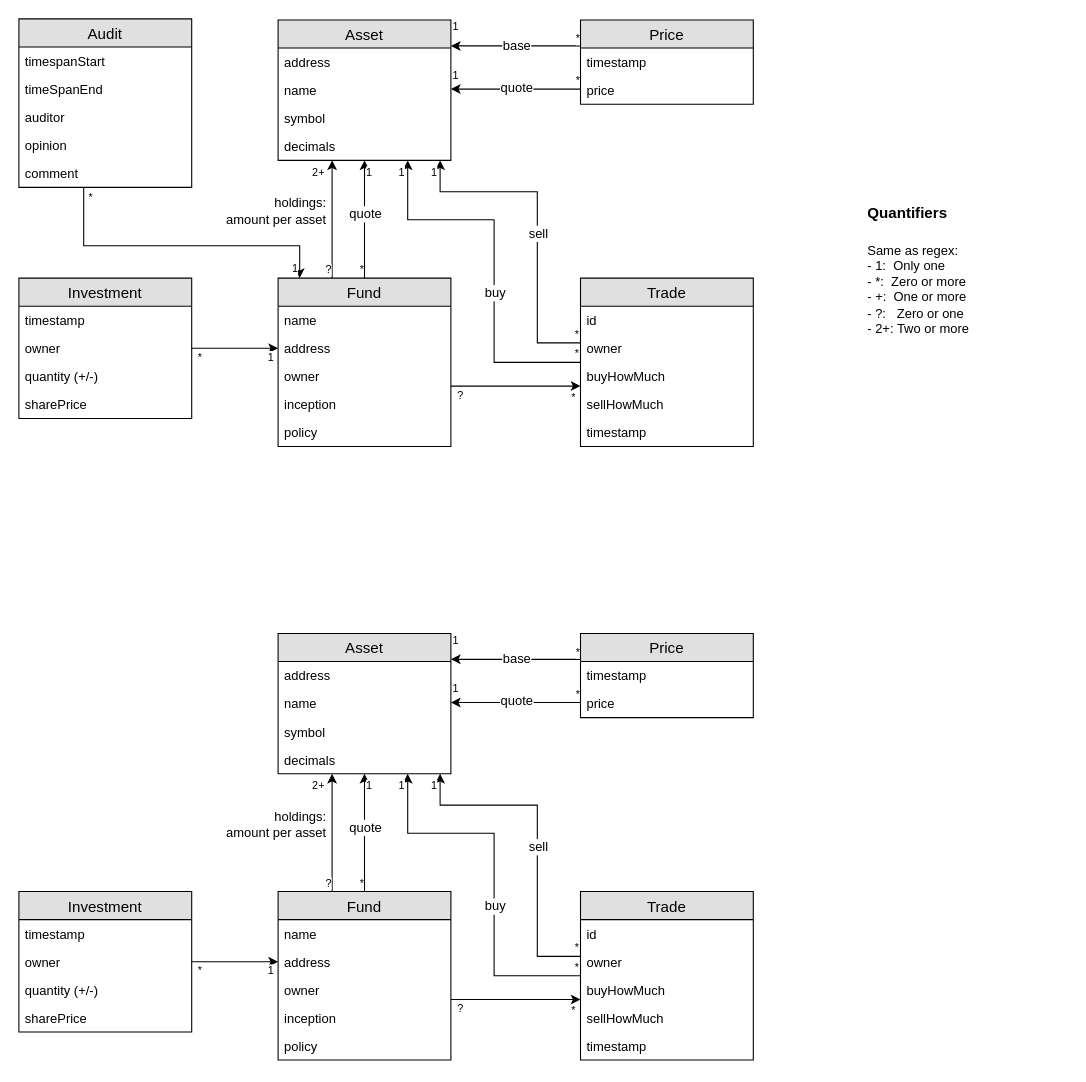
This is docs/assets/Melon-DB-ERM.drawio from schmidsi/melon-reporting, a draw.io file, before an edit. Source tidied: cells renumbered, new cells numbered last; positions are measured from the earlier drawing's top-left corner, leaving out a move shared by most shapes. Both pictures are drawn from the tidied source at 108%, with x=0, y=0 at pixel (18, 18).
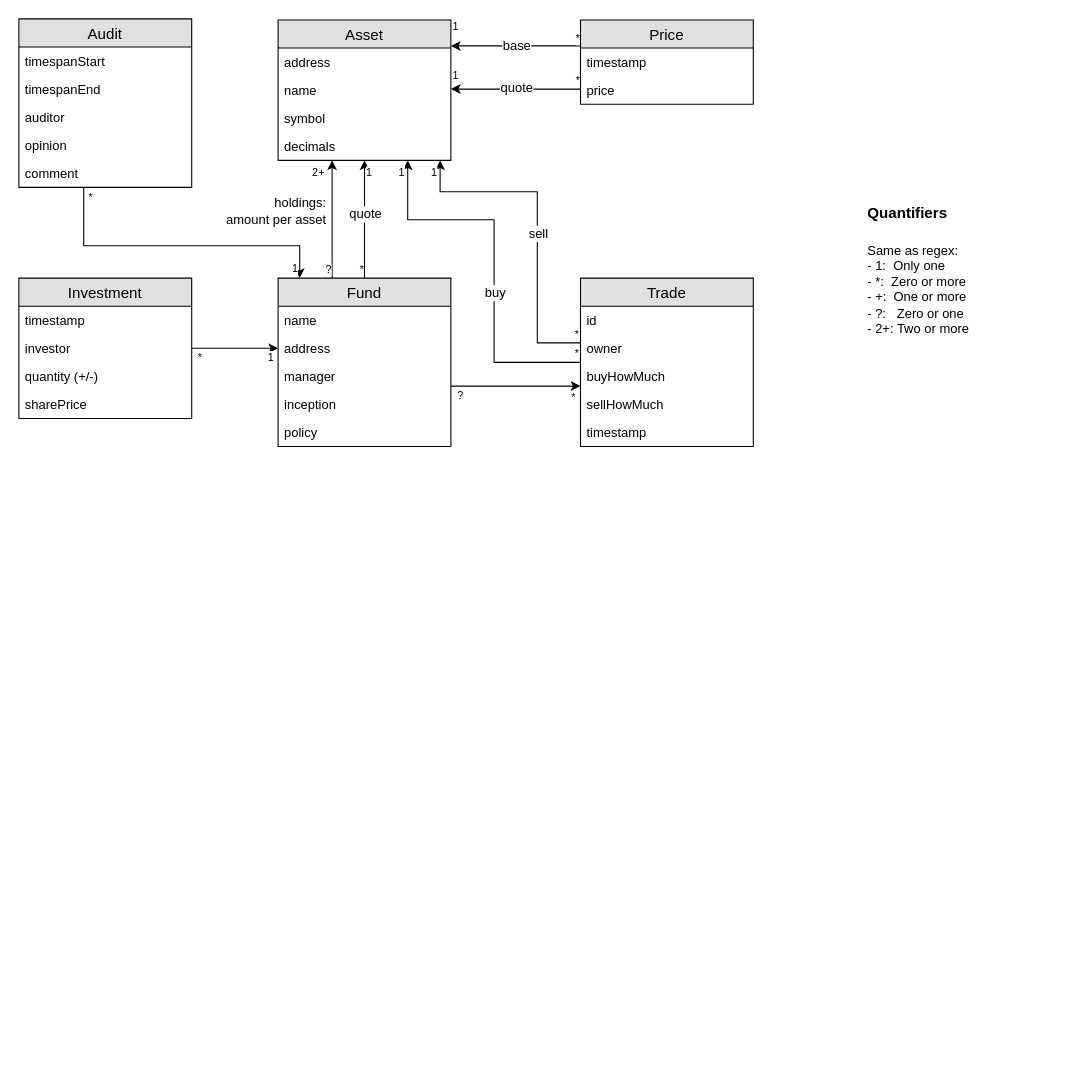
After the change.

The change refers to these unchanged cells:
```xml
<mxCell id="58" value="Fund" style="swimlane;fontStyle=0;horizontal=1;startSize=26;fillColor=#e0e0e0;swimlaneFillColor=#ffffff;align=center;fontSize=14;fontFamily=Source Serif Pro;" parent="1" vertex="1">
  <mxGeometry x="240" y="240" width="160" height="156" as="geometry" />
</mxCell>
<mxCell id="80" value="Audit" style="swimlane;fontStyle=0;horizontal=1;startSize=26;fillColor=#e0e0e0;swimlaneFillColor=#ffffff;align=center;fontSize=14;fontFamily=Source Serif Pro;" parent="1" vertex="1">
  <mxGeometry width="160" height="156" as="geometry" />
</mxCell>
<mxCell id="110" value="Investment" style="swimlane;fontStyle=0;horizontal=1;startSize=26;fillColor=#e0e0e0;swimlaneFillColor=#ffffff;align=center;fontSize=14;fontFamily=Source Serif Pro;" parent="1" vertex="1">
  <mxGeometry y="240" width="160" height="130" as="geometry" />
</mxCell>
```

The edit, as a diff of the source:
```diff
@@
-    <mxCell id="2" value="Fund" style="swimlane;fontStyle=0;horizontal=1;startSize=26;fillColor=#e0e0e0;swimlaneFillColor=#ffffff;align=center;fontSize=14;fontFamily=Source Serif Pro;" parent="1" vertex="1">
-      <mxGeometry x="240" y="808" width="160" height="156" as="geometry" />
-    </mxCell>
-    <mxCell id="3" value="name" style="text;strokeColor=none;fillColor=none;spacingLeft=4;spacingRight=4;overflow=hidden;fontSize=12;fontFamily=Source Serif Pro;" parent="2" vertex="1">
-      <mxGeometry y="26" width="160" height="26" as="geometry" />
-    </mxCell>
-    <mxCell id="4" value="address&#10;&#10;" style="text;strokeColor=none;fillColor=none;spacingLeft=4;spacingRight=4;overflow=hidden;fontSize=12;fontFamily=Source Serif Pro;" parent="2" vertex="1">
-      <mxGeometry y="52" width="160" height="26" as="geometry" />
-    </mxCell>
-    <mxCell id="5" value="owner" style="text;strokeColor=none;fillColor=none;spacingLeft=4;spacingRight=4;overflow=hidden;fontSize=12;fontFamily=Source Serif Pro;" parent="2" vertex="1">
-      <mxGeometry y="78" width="160" height="26" as="geometry" />
-    </mxCell>
-    <mxCell id="6" value="inception" style="text;strokeColor=none;fillColor=none;spacingLeft=4;spacingRight=4;overflow=hidden;fontSize=12;fontFamily=Source Serif Pro;" parent="2" vertex="1">
-      <mxGeometry y="104" width="160" height="26" as="geometry" />
-    </mxCell>
-    <mxCell id="7" value="policy" style="text;strokeColor=none;fillColor=none;spacingLeft=4;spacingRight=4;overflow=hidden;fontSize=12;fontFamily=Source Serif Pro;" parent="2" vertex="1">
-      <mxGeometry y="130" width="160" height="26" as="geometry" />
-    </mxCell>
-    <mxCell id="8" value="Asset" style="swimlane;fontStyle=0;horizontal=1;startSize=26;fillColor=#e0e0e0;swimlaneFillColor=#ffffff;align=center;fontSize=14;fontFamily=Source Serif Pro;" parent="1" vertex="1">
-      <mxGeometry x="240" y="569" width="160" height="130" as="geometry" />
-    </mxCell>
-    <mxCell id="9" value="address" style="text;strokeColor=none;fillColor=none;spacingLeft=4;spacingRight=4;overflow=hidden;fontSize=12;fontFamily=Source Serif Pro;" parent="8" vertex="1">
-      <mxGeometry y="26" width="160" height="26" as="geometry" />
-    </mxCell>
-    <mxCell id="10" value="name&#10;" style="text;strokeColor=none;fillColor=none;spacingLeft=4;spacingRight=4;overflow=hidden;fontSize=12;fontFamily=Source Serif Pro;" parent="8" vertex="1">
-      <mxGeometry y="52" width="160" height="26" as="geometry" />
-    </mxCell>
-    <mxCell id="11" value="symbol" style="text;strokeColor=none;fillColor=none;spacingLeft=4;spacingRight=4;overflow=hidden;fontSize=12;fontFamily=Source Serif Pro;" parent="8" vertex="1">
-      <mxGeometry y="78" width="160" height="26" as="geometry" />
-    </mxCell>
-    <mxCell id="12" value="decimals" style="text;strokeColor=none;fillColor=none;spacingLeft=4;spacingRight=4;overflow=hidden;fontSize=12;fontFamily=Source Serif Pro;" parent="8" vertex="1">
-      <mxGeometry y="104" width="160" height="26" as="geometry" />
-    </mxCell>
-    <mxCell id="13" value="Price" style="swimlane;fontStyle=0;horizontal=1;startSize=26;fillColor=#e0e0e0;swimlaneFillColor=#ffffff;align=center;fontSize=14;fontFamily=Source Serif Pro;" parent="1" vertex="1">
-      <mxGeometry x="520" y="569" width="160" height="78" as="geometry" />
-    </mxCell>
-    <mxCell id="14" value="timestamp" style="text;strokeColor=none;fillColor=none;spacingLeft=4;spacingRight=4;overflow=hidden;fontSize=12;fontFamily=Source Serif Pro;" parent="13" vertex="1">
-      <mxGeometry y="26" width="160" height="26" as="geometry" />
-    </mxCell>
-    <mxCell id="15" value="price&#10;" style="text;strokeColor=none;fillColor=none;spacingLeft=4;spacingRight=4;overflow=hidden;fontSize=12;fontFamily=Source Serif Pro;" parent="13" vertex="1">
-      <mxGeometry y="52" width="160" height="26" as="geometry" />
-    </mxCell>
-    <mxCell id="16" style="endArrow=none;html=1;edgeStyle=orthogonalEdgeStyle;fontFamily=Source Serif Pro;exitX=1;exitY=0.5;startArrow=classic;startFill=1;" parent="1" edge="1">
-      <mxGeometry relative="1" as="geometry">
-        <mxPoint x="400" y="593" as="sourcePoint" />
-        <mxPoint x="520" y="593" as="targetPoint" />
-      </mxGeometry>
-    </mxCell>
-    <mxCell id="17" value="1" style="html=1;align=left;verticalAlign=bottom;labelBackgroundColor=#ffffff;fontSize=10;" parent="16" vertex="1">
-      <mxGeometry x="-1" relative="1" as="geometry">
-        <mxPoint y="-10" as="offset" />
-      </mxGeometry>
-    </mxCell>
-    <mxCell id="18" value="*" style="html=1;align=right;verticalAlign=bottom;labelBackgroundColor=#ffffff;fontSize=10;" parent="16" vertex="1">
-      <mxGeometry x="1" relative="1" as="geometry">
-        <mxPoint y="1" as="offset" />
-      </mxGeometry>
-    </mxCell>
-    <mxCell id="19" value="base" style="text;html=1;align=center;verticalAlign=middle;labelBackgroundColor=#ffffff;fontFamily=Source Serif Pro;" parent="16" vertex="1">
-      <mxGeometry x="0.17" relative="1" as="geometry">
-        <mxPoint x="-10" y="-1" as="offset" />
-      </mxGeometry>
-    </mxCell>
-    <mxCell id="20" style="endArrow=none;html=1;edgeStyle=orthogonalEdgeStyle;fontFamily=Source Serif Pro;exitX=1;exitY=0.5;startArrow=classic;startFill=1;" parent="1" edge="1">
-      <mxGeometry relative="1" as="geometry">
-        <mxPoint x="400" y="633" as="sourcePoint" />
-        <mxPoint x="520" y="633" as="targetPoint" />
-      </mxGeometry>
-    </mxCell>
-    <mxCell id="21" value="1" style="html=1;align=left;verticalAlign=bottom;labelBackgroundColor=#ffffff;fontSize=10;" parent="20" vertex="1">
-      <mxGeometry x="-1" relative="1" as="geometry">
-        <mxPoint y="-5" as="offset" />
-      </mxGeometry>
-    </mxCell>
-    <mxCell id="22" value="*&lt;br&gt;" style="html=1;align=right;verticalAlign=bottom;labelBackgroundColor=#ffffff;fontSize=10;" parent="20" vertex="1">
-      <mxGeometry x="1" relative="1" as="geometry" />
-    </mxCell>
-    <mxCell id="23" value="quote" style="text;html=1;align=center;verticalAlign=middle;labelBackgroundColor=#ffffff;fontFamily=Source Serif Pro;" parent="20" vertex="1">
-      <mxGeometry x="0.08" y="2" relative="1" as="geometry">
-        <mxPoint x="-5" as="offset" />
-      </mxGeometry>
-    </mxCell>
-    <mxCell id="24" style="endArrow=none;html=1;edgeStyle=orthogonalEdgeStyle;fontFamily=Source Serif Pro;startArrow=classic;startFill=1;rounded=0;" parent="1" edge="1" source="8" target="2">
-      <mxGeometry relative="1" as="geometry">
-        <Array as="points">
-          <mxPoint x="290" y="778" />
-          <mxPoint x="290" y="778" />
-        </Array>
-      </mxGeometry>
-    </mxCell>
-    <mxCell id="25" value="2+" style="html=1;align=left;verticalAlign=bottom;labelBackgroundColor=#ffffff;fontSize=10;" parent="24" vertex="1">
-      <mxGeometry x="-1" relative="1" as="geometry">
-        <mxPoint x="-20" y="19" as="offset" />
-      </mxGeometry>
-    </mxCell>
-    <mxCell id="26" value="?" style="html=1;align=right;verticalAlign=bottom;labelBackgroundColor=#ffffff;fontSize=10;" parent="24" vertex="1">
-      <mxGeometry x="1" relative="1" as="geometry" />
-    </mxCell>
-    <mxCell id="27" value="holdings:&lt;br&gt;amount per asset" style="text;html=1;align=right;verticalAlign=middle;labelBackgroundColor=#ffffff;fontFamily=Source Serif Pro;" parent="24" vertex="1">
-      <mxGeometry x="0.08" y="2" relative="1" as="geometry">
-        <mxPoint x="-7" y="-13" as="offset" />
-      </mxGeometry>
-    </mxCell>
-    <mxCell id="28" value="Trade" style="swimlane;fontStyle=0;horizontal=1;startSize=26;fillColor=#e0e0e0;swimlaneFillColor=#ffffff;align=center;fontSize=14;fontFamily=Source Serif Pro;" parent="1" vertex="1">
-      <mxGeometry x="520" y="808" width="160" height="156" as="geometry" />
-    </mxCell>
-    <mxCell id="29" value="id" style="text;strokeColor=none;fillColor=none;spacingLeft=4;spacingRight=4;overflow=hidden;fontSize=12;fontFamily=Source Serif Pro;" parent="28" vertex="1">
-      <mxGeometry y="26" width="160" height="26" as="geometry" />
-    </mxCell>
-    <mxCell id="30" value="owner" style="text;strokeColor=none;fillColor=none;spacingLeft=4;spacingRight=4;overflow=hidden;fontSize=12;fontFamily=Source Serif Pro;" parent="28" vertex="1">
-      <mxGeometry y="52" width="160" height="26" as="geometry" />
-    </mxCell>
-    <mxCell id="31" value="buyHowMuch" style="text;strokeColor=none;fillColor=none;spacingLeft=4;spacingRight=4;overflow=hidden;fontSize=12;fontFamily=Source Serif Pro;" parent="28" vertex="1">
-      <mxGeometry y="78" width="160" height="26" as="geometry" />
-    </mxCell>
-    <mxCell id="32" value="sellHowMuch" style="text;strokeColor=none;fillColor=none;spacingLeft=4;spacingRight=4;overflow=hidden;fontSize=12;fontFamily=Source Serif Pro;" parent="28" vertex="1">
-      <mxGeometry y="104" width="160" height="26" as="geometry" />
-    </mxCell>
-    <mxCell id="33" value="timestamp" style="text;strokeColor=none;fillColor=none;spacingLeft=4;spacingRight=4;overflow=hidden;fontSize=12;fontFamily=Source Serif Pro;" parent="28" vertex="1">
-      <mxGeometry y="130" width="160" height="26" as="geometry" />
-    </mxCell>
-    <mxCell id="34" style="endArrow=none;html=1;edgeStyle=orthogonalEdgeStyle;fontFamily=Source Serif Pro;startArrow=classic;startFill=1;rounded=0;" parent="1" edge="1" source="8" target="28">
-      <mxGeometry relative="1" as="geometry">
-        <Array as="points">
-          <mxPoint x="360" y="754" />
-          <mxPoint x="440" y="754" />
-        </Array>
-      </mxGeometry>
-    </mxCell>
-    <mxCell id="35" value="1" style="html=1;align=left;verticalAlign=bottom;labelBackgroundColor=#ffffff;fontSize=10;" parent="34" vertex="1">
-      <mxGeometry x="-1" relative="1" as="geometry">
-        <mxPoint x="-10" y="19" as="offset" />
-      </mxGeometry>
-    </mxCell>
-    <mxCell id="36" value="*" style="html=1;align=right;verticalAlign=bottom;labelBackgroundColor=#ffffff;fontSize=10;direction=south;" parent="34" vertex="1">
-      <mxGeometry x="1" relative="1" as="geometry">
-        <mxPoint x="-1" as="offset" />
-      </mxGeometry>
-    </mxCell>
-    <mxCell id="37" value="buy" style="text;html=1;align=center;verticalAlign=middle;labelBackgroundColor=#ffffff;fontFamily=Source Serif Pro;" parent="34" vertex="1">
-      <mxGeometry x="0.17" relative="1" as="geometry">
-        <mxPoint y="-1" as="offset" />
-      </mxGeometry>
-    </mxCell>
-    <mxCell id="38" style="endArrow=none;html=1;edgeStyle=orthogonalEdgeStyle;fontFamily=Source Serif Pro;startArrow=classic;startFill=1;rounded=0;" parent="1" edge="1" source="8" target="28">
-      <mxGeometry relative="1" as="geometry">
-        <Array as="points">
-          <mxPoint x="390" y="728" />
-          <mxPoint x="480" y="728" />
-          <mxPoint x="480" y="868" />
-        </Array>
-      </mxGeometry>
-    </mxCell>
-    <mxCell id="39" value="1" style="html=1;align=left;verticalAlign=bottom;labelBackgroundColor=#ffffff;fontSize=10;" parent="38" vertex="1">
-      <mxGeometry x="-1" relative="1" as="geometry">
-        <mxPoint x="-10" y="19" as="offset" />
-      </mxGeometry>
-    </mxCell>
-    <mxCell id="40" value="*" style="html=1;align=right;verticalAlign=bottom;labelBackgroundColor=#ffffff;fontSize=10;" parent="38" vertex="1">
-      <mxGeometry x="1" relative="1" as="geometry">
-        <mxPoint x="-1" as="offset" />
-      </mxGeometry>
-    </mxCell>
-    <mxCell id="41" value="sell" style="text;html=1;align=center;verticalAlign=middle;labelBackgroundColor=#ffffff;fontFamily=Source Serif Pro;" parent="38" vertex="1">
-      <mxGeometry x="0.08" y="2" relative="1" as="geometry">
-        <mxPoint x="-1.5" y="-3.5" as="offset" />
-      </mxGeometry>
-    </mxCell>
-    <mxCell id="42" style="endArrow=none;html=1;edgeStyle=orthogonalEdgeStyle;fontFamily=Source Serif Pro;startArrow=classic;startFill=1;rounded=0;" parent="1" edge="1" source="28" target="2">
-      <mxGeometry relative="1" as="geometry">
-        <Array as="points">
-          <mxPoint x="420" y="908" />
-          <mxPoint x="420" y="908" />
-        </Array>
-      </mxGeometry>
-    </mxCell>
-    <mxCell id="43" value="*" style="html=1;align=left;verticalAlign=bottom;labelBackgroundColor=#ffffff;fontSize=10;" parent="42" vertex="1">
-      <mxGeometry x="-1" relative="1" as="geometry">
-        <mxPoint x="-10" y="18" as="offset" />
-      </mxGeometry>
-    </mxCell>
-    <mxCell id="44" value="?" style="html=1;align=right;verticalAlign=bottom;labelBackgroundColor=#ffffff;fontSize=10;" parent="42" vertex="1">
-      <mxGeometry x="1" relative="1" as="geometry">
-        <mxPoint x="12" y="16" as="offset" />
-      </mxGeometry>
-    </mxCell>
-    <mxCell id="45" value="Investment" style="swimlane;fontStyle=0;horizontal=1;startSize=26;fillColor=#e0e0e0;swimlaneFillColor=#ffffff;align=center;fontSize=14;fontFamily=Source Serif Pro;" parent="1" vertex="1">
-      <mxGeometry y="808" width="160" height="130" as="geometry" />
-    </mxCell>
-    <mxCell id="46" value="timestamp&#10;" style="text;strokeColor=none;fillColor=none;spacingLeft=4;spacingRight=4;overflow=hidden;fontSize=12;fontFamily=Source Serif Pro;" parent="45" vertex="1">
-      <mxGeometry y="26" width="160" height="26" as="geometry" />
-    </mxCell>
-    <mxCell id="47" value="owner" style="text;strokeColor=none;fillColor=none;spacingLeft=4;spacingRight=4;overflow=hidden;points=[[0,0.5],[1,0.5]];portConstraint=eastwest;fontSize=12;fontFamily=Source Serif Pro;" parent="45" vertex="1">
-      <mxGeometry y="52" width="160" height="26" as="geometry" />
-    </mxCell>
-    <mxCell id="48" value="quantity (+/-)" style="text;strokeColor=none;fillColor=none;spacingLeft=4;spacingRight=4;overflow=hidden;fontSize=12;fontFamily=Source Serif Pro;" parent="45" vertex="1">
-      <mxGeometry y="78" width="160" height="26" as="geometry" />
-    </mxCell>
-    <mxCell id="49" value="sharePrice" style="text;strokeColor=none;fillColor=none;spacingLeft=4;spacingRight=4;overflow=hidden;fontSize=12;fontFamily=Source Serif Pro;" parent="45" vertex="1">
-      <mxGeometry y="104" width="160" height="26" as="geometry" />
-    </mxCell>
@@
-    <mxCell id="51" style="endArrow=none;html=1;edgeStyle=orthogonalEdgeStyle;fontFamily=Source Serif Pro;startArrow=classic;startFill=1;rounded=0;entryX=1;entryY=0.5;" parent="1" edge="1" source="2" target="47">
-      <mxGeometry relative="1" as="geometry">
-        <Array as="points">
-          <mxPoint x="220" y="873" />
-          <mxPoint x="220" y="873" />
-        </Array>
-      </mxGeometry>
-    </mxCell>
-    <mxCell id="52" value="1" style="html=1;align=left;verticalAlign=bottom;labelBackgroundColor=#ffffff;fontSize=10;" parent="51" vertex="1">
-      <mxGeometry x="-1" relative="1" as="geometry">
-        <mxPoint x="-11" y="16" as="offset" />
-      </mxGeometry>
-    </mxCell>
-    <mxCell id="53" value="*" style="html=1;align=right;verticalAlign=bottom;labelBackgroundColor=#ffffff;fontSize=10;" parent="51" vertex="1">
-      <mxGeometry x="1" relative="1" as="geometry">
-        <mxPoint x="10" y="16" as="offset" />
-      </mxGeometry>
-    </mxCell>
-    <mxCell id="54" style="endArrow=none;html=1;edgeStyle=orthogonalEdgeStyle;fontFamily=Source Serif Pro;startArrow=classic;startFill=1;rounded=0;" parent="1" edge="1" source="8" target="2">
-      <mxGeometry relative="1" as="geometry">
-        <Array as="points">
-          <mxPoint x="320" y="788" />
-          <mxPoint x="320" y="788" />
-        </Array>
-      </mxGeometry>
-    </mxCell>
-    <mxCell id="55" value="1" style="html=1;align=left;verticalAlign=bottom;labelBackgroundColor=#ffffff;fontSize=10;" parent="54" vertex="1">
-      <mxGeometry x="-1" relative="1" as="geometry">
-        <mxPoint y="19" as="offset" />
-      </mxGeometry>
-    </mxCell>
-    <mxCell id="56" value="*&lt;br&gt;" style="html=1;align=right;verticalAlign=bottom;labelBackgroundColor=#ffffff;fontSize=10;" parent="54" vertex="1">
-      <mxGeometry x="1" relative="1" as="geometry" />
-    </mxCell>
-    <mxCell id="57" value="quote" style="text;html=1;align=center;verticalAlign=middle;labelBackgroundColor=#ffffff;fontFamily=Source Serif Pro;" parent="54" vertex="1">
-      <mxGeometry x="0.08" y="2" relative="1" as="geometry">
-        <mxPoint x="-2" y="-10" as="offset" />
-      </mxGeometry>
-    </mxCell>
@@
-    <mxCell id="61" value="owner" style="text;strokeColor=none;fillColor=none;spacingLeft=4;spacingRight=4;overflow=hidden;fontSize=12;fontFamily=Source Serif Pro;" parent="58" vertex="1">
+    <mxCell id="61" value="manager" style="text;strokeColor=none;fillColor=none;spacingLeft=4;spacingRight=4;overflow=hidden;fontSize=12;fontFamily=Source Serif Pro;" parent="58" vertex="1">
       <mxGeometry y="78" width="160" height="26" as="geometry" />
     </mxCell>
@@
-    <mxCell id="82" value="timeSpanEnd" style="text;strokeColor=none;fillColor=none;spacingLeft=4;spacingRight=4;overflow=hidden;fontSize=12;fontFamily=Source Serif Pro;" parent="80" vertex="1">
+    <mxCell id="82" value="timespanEnd" style="text;strokeColor=none;fillColor=none;spacingLeft=4;spacingRight=4;overflow=hidden;fontSize=12;fontFamily=Source Serif Pro;" parent="80" vertex="1">
       <mxGeometry y="52" width="160" height="26" as="geometry" />
     </mxCell>
@@
-    <mxCell id="112" value="owner" style="text;strokeColor=none;fillColor=none;spacingLeft=4;spacingRight=4;overflow=hidden;points=[[0,0.5],[1,0.5]];portConstraint=eastwest;fontSize=12;fontFamily=Source Serif Pro;" parent="110" vertex="1">
+    <mxCell id="112" value="investor" style="text;strokeColor=none;fillColor=none;spacingLeft=4;spacingRight=4;overflow=hidden;points=[[0,0.5],[1,0.5]];portConstraint=eastwest;fontSize=12;fontFamily=Source Serif Pro;" parent="110" vertex="1">
       <mxGeometry y="52" width="160" height="26" as="geometry" />
     </mxCell>
```
